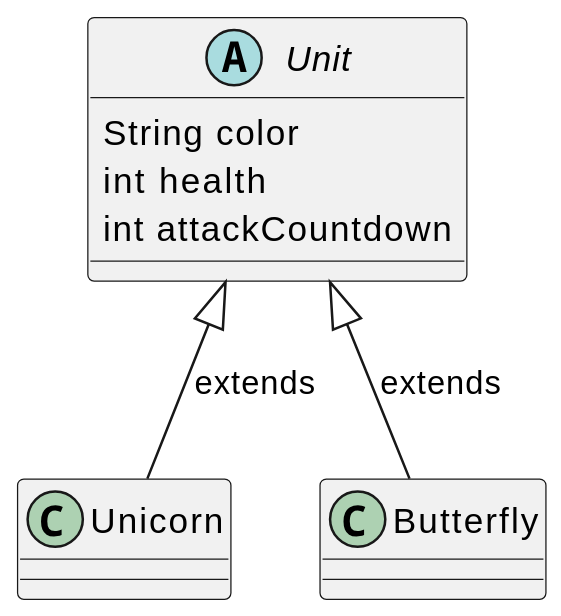
This is img/diagrams/plantuml/abstract_inherit_simple.svg from unibz-oofp-25-26/unibz-oofp-25-26.github.io, a PlantUML export, as it was before one commit. Source of this version:
```plantuml
@startuml
scale 400 width

abstract class Unit {
 String color
 int health
 int attackCountdown
}

class Unicorn {
}

class Butterfly {
}

Unit <|-- Unicorn : extends
Unit <|-- Butterfly : extends
@enduml
```
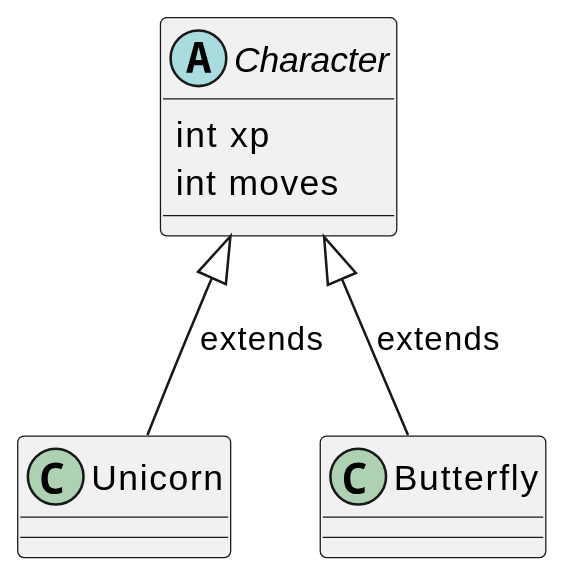
Above is the later version.

What changed in the source:
```diff
@@ -1,10 +1,9 @@
 @startuml
 scale 400 width
 
-abstract class Unit {
- String color
- int health
- int attackCountdown
+abstract class Character {
+ int xp
+ int moves
 }
 
 class Unicorn {
@@ -13,6 +12,6 @@
 class Butterfly {
 }
 
-Unit <|-- Unicorn : extends
-Unit <|-- Butterfly : extends
+Character <|-- Unicorn : extends
+Character <|-- Butterfly : extends
 @enduml
```
